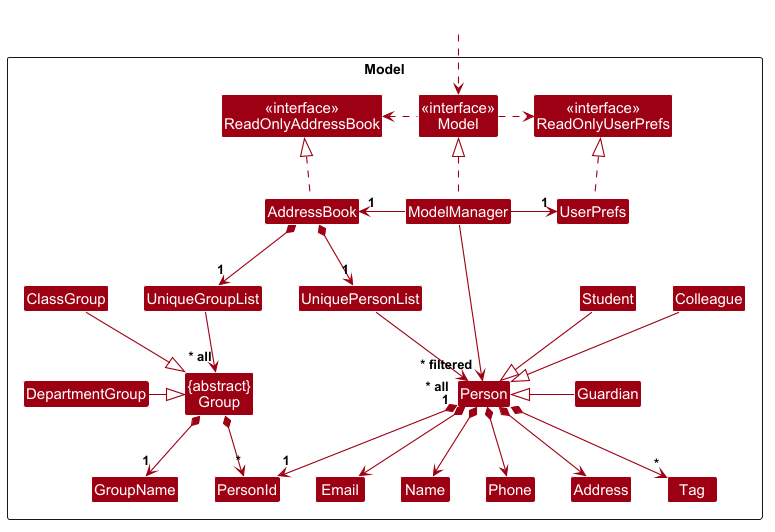
Above: docs/images/ModelClassDiagram.png in AY2627S1-CS2103T-T11-3/tp (PlantUML), before the change. Source of this version:
```plantuml
@startuml
!include style.puml
skinparam arrowThickness 1.1
skinparam arrowColor MODEL_COLOR
skinparam classBackgroundColor MODEL_COLOR

Package Model as ModelPackage <<Rectangle>>{
Class "<<interface>>\nReadOnlyAddressBook" as ReadOnlyAddressBook
Class "<<interface>>\nReadOnlyUserPrefs" as ReadOnlyUserPrefs
Class "<<interface>>\nModel" as Model
Class AddressBook
Class ModelManager
Class UserPrefs

Class UniquePersonList
Class Person
Class Address
Class Email
Class Name
Class Phone
Class Tag
Class PersonId

Class Student
Class Guardian
Class Colleague

Class UniqueGroupList
Class "{abstract}\nGroup" as Group
Class ClassGroup
Class DepartmentGroup
Class GroupName


Class I #FFFFFF
}

Class HiddenOutside #FFFFFF
HiddenOutside ..> Model

AddressBook .up.|> ReadOnlyAddressBook

ModelManager .up.|> Model
Model .right.> ReadOnlyUserPrefs
Model .left.> ReadOnlyAddressBook
ModelManager -left-> "1" AddressBook
ModelManager -right-> "1" UserPrefs
UserPrefs .up.|> ReadOnlyUserPrefs

AddressBook *--> "1" UniquePersonList
UniquePersonList --> "~* all" Person
Person *--> Name
Person *--> Phone
Person *--> Email
Person *--> Address
Person *--> "*" Tag
Person "1" *--> "1" PersonId

Student --|> Person
Guardian -left-|> Person
Colleague --|> Person

Person -[hidden]left-> Group
Student -[hidden]down-> Guardian
Student -[hidden]right-> Colleague
Guardian -[hidden]up-> Colleague

UniquePersonList -[hidden]right-> I

Name -[hidden]right-> Phone
Phone -[hidden]right-> Address
Address -[hidden]right-> Email

AddressBook *--> "1" UniqueGroupList
UniqueGroupList --> "~* all" Group
Group *--> "1" GroupName
Group *--> "*" PersonId

ClassGroup -right-|> Group
DepartmentGroup -[hidden]up-> ClassGroup
DepartmentGroup -right-|> Group

ModelManager --> "~* filtered" Person
@enduml
```
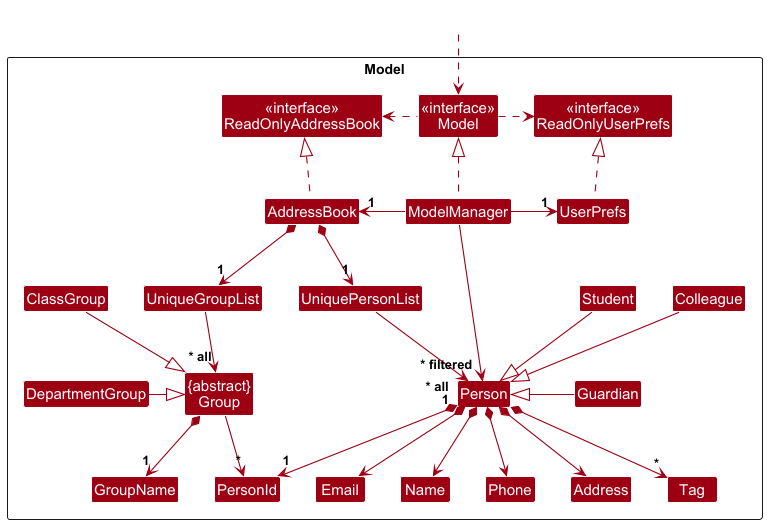
Above is the later version.

Commit message:
Change Group to PersonId arrow

Diff of the diagram source:
```diff
@@ -74,7 +74,7 @@
 AddressBook *--> "1" UniqueGroupList
 UniqueGroupList --> "~* all" Group
 Group *--> "1" GroupName
-Group *--> "*" PersonId
+Group --> "*" PersonId
 
 ClassGroup -right-|> Group
 DepartmentGroup -[hidden]up-> ClassGroup
```
